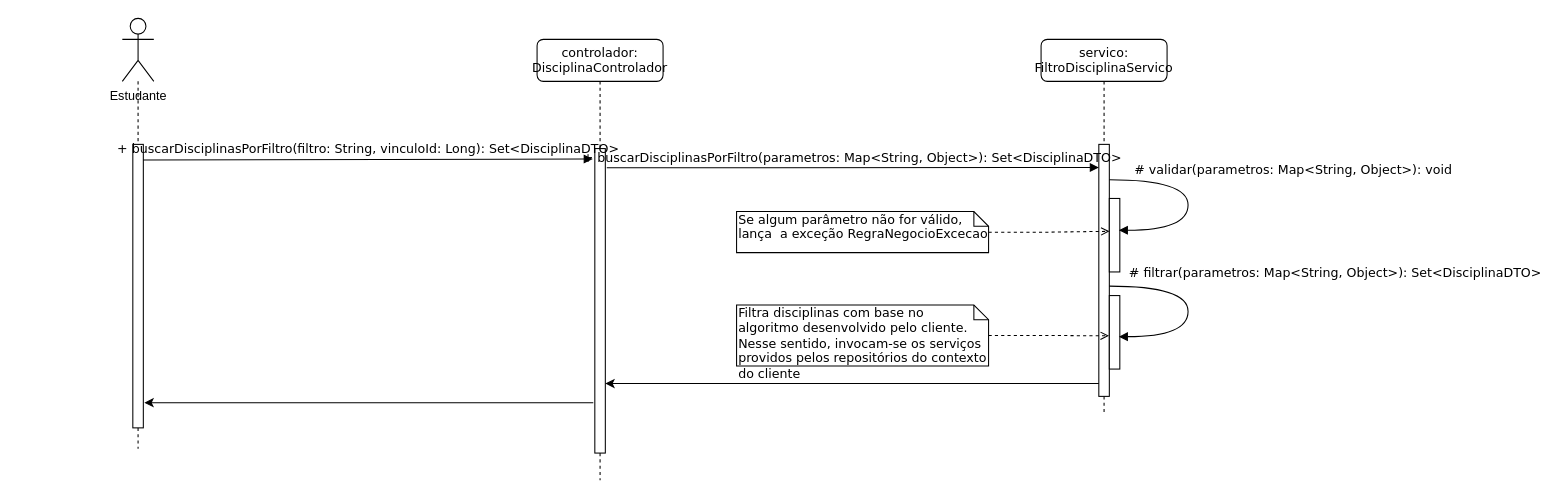
arturo32/PODE keeps this draw.io diagram as page "Filtragem de disciplinas" (2 of 3) of planejamento/modelagem/DiagramasSequencia.drawio. Above is the earlier version. Source tidied: cells renumbered, new cells numbered last; positions are measured from the earlier drawing's top-left corner, leaving out a move shared by most shapes. Both pictures are drawn from the tidied source at 105%, with x=0, y=0 at pixel (122, 18).
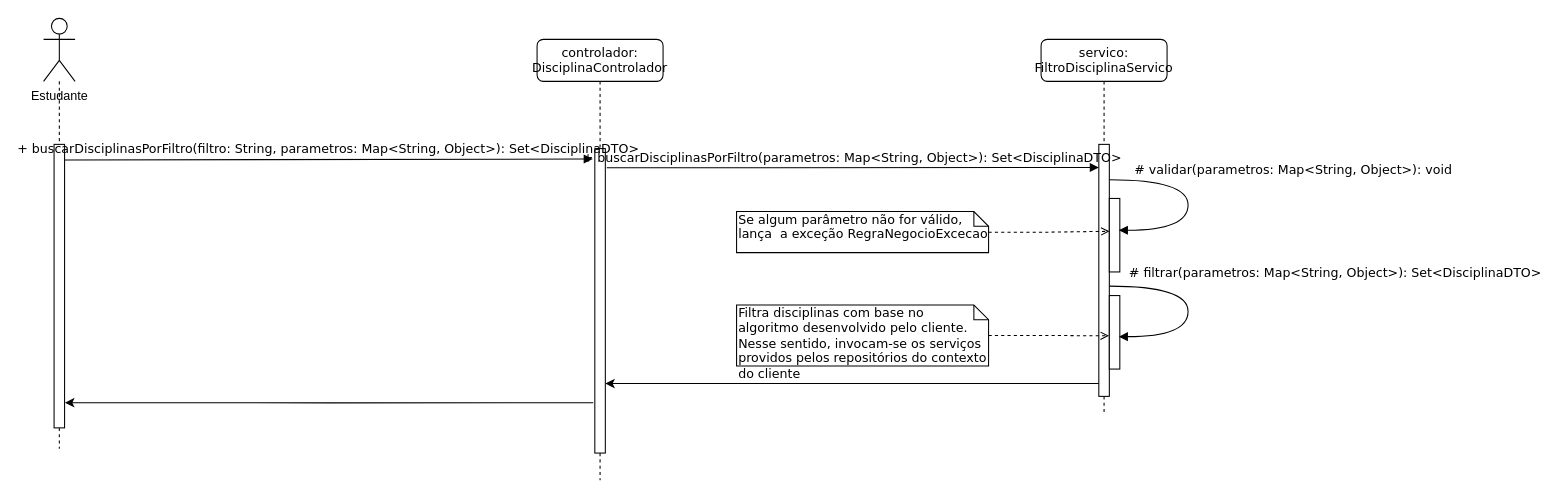
The same page after the edit.

Commit message (it also covers changes not shown here):
add diagramas de sequencia  em png

Unchanged cells that the change refers to:
```xml
<mxCell id="8" style="html=1;points=[];perimeter=orthogonalPerimeter;rounded=0;shadow=0;comic=0;labelBackgroundColor=none;strokeWidth=1;fontFamily=Verdana;fontSize=12;align=center;" parent="7" vertex="1">
  <mxGeometry x="55" y="104" width="10" height="290" as="geometry" />
</mxCell>
```

Diff of the diagram source:
```diff
@@
     <mxCell id="16" style="edgeStyle=orthogonalEdgeStyle;rounded=0;jettySize=auto;html=1;dashed=1;endArrow=none;endFill=0;" parent="1" edge="1" source="17">
       <mxGeometry relative="1" as="geometry">
-        <mxPoint x="15" y="410" as="targetPoint" />
+        <mxPoint x="-60" y="410" as="targetPoint" />
       </mxGeometry>
     </mxCell>
     <mxCell id="17" value="Estudante" style="shape=umlActor;verticalLabelPosition=bottom;verticalAlign=top;html=1;" parent="1" vertex="1">
-      <mxGeometry width="30" height="60" as="geometry" />
+      <mxGeometry x="-75" width="30" height="60" as="geometry" />
     </mxCell>
     <mxCell id="18" style="html=1;points=[];perimeter=orthogonalPerimeter;" parent="1" vertex="1">
-      <mxGeometry x="10" y="120" width="10" height="270" as="geometry" />
+      <mxGeometry x="-65" y="120" width="10" height="270" as="geometry" />
     </mxCell>
-    <mxCell id="19" value="+ buscarDisciplinasPorFiltro(filtro: String, vinculoId: Long): Set&amp;lt;DisciplinaDTO&amp;gt;" style="html=1;verticalAlign=bottom;endArrow=block;labelBackgroundColor=none;fontFamily=Verdana;fontSize=12;edgeStyle=elbowEdgeStyle;elbow=vertical;exitX=0.989;exitY=0.055;exitDx=0;exitDy=0;exitPerimeter=0;entryX=-0.2;entryY=0.036;entryDx=0;entryDy=0;entryPerimeter=0;" parent="1" edge="1" source="18" target="8">
+    <mxCell id="19" value="+ buscarDisciplinasPorFiltro(filtro: String, parametros: Map&amp;lt;String, Object&amp;gt;): Set&amp;lt;DisciplinaDTO&amp;gt;" style="html=1;verticalAlign=bottom;endArrow=block;labelBackgroundColor=none;fontFamily=Verdana;fontSize=12;edgeStyle=elbowEdgeStyle;elbow=vertical;exitX=0.989;exitY=0.055;exitDx=0;exitDy=0;exitPerimeter=0;entryX=-0.2;entryY=0.036;entryDx=0;entryDy=0;entryPerimeter=0;" parent="1" edge="1" source="18" target="8">
       <mxGeometry relative="1" as="geometry">
         <Array as="points">
           <mxPoint x="240" y="134" />
         </Array>
       </mxGeometry>
     </mxCell>
-    <mxCell id="20" style="edgeStyle=orthogonalEdgeStyle;rounded=0;jettySize=auto;html=1;endArrow=classic;endFill=1;exitX=-0.148;exitY=0.835;exitDx=0;exitDy=0;exitPerimeter=0;" parent="1" edge="1" source="8">
-      <mxGeometry relative="1" as="geometry">
-        <mxPoint x="21" y="366" as="targetPoint" />
-        <Array as="points">
-          <mxPoint x="21" y="366" />
-        </Array>
-      </mxGeometry>
+    <mxCell id="20" style="edgeStyle=orthogonalEdgeStyle;rounded=0;jettySize=auto;html=1;endArrow=classic;endFill=1;exitX=-0.148;exitY=0.835;exitDx=0;exitDy=0;exitPerimeter=0;entryX=1.038;entryY=0.911;entryDx=0;entryDy=0;entryPerimeter=0;" parent="1" edge="1" source="8" target="18">
+      <mxGeometry relative="1" as="geometry" />
     </mxCell>
```
